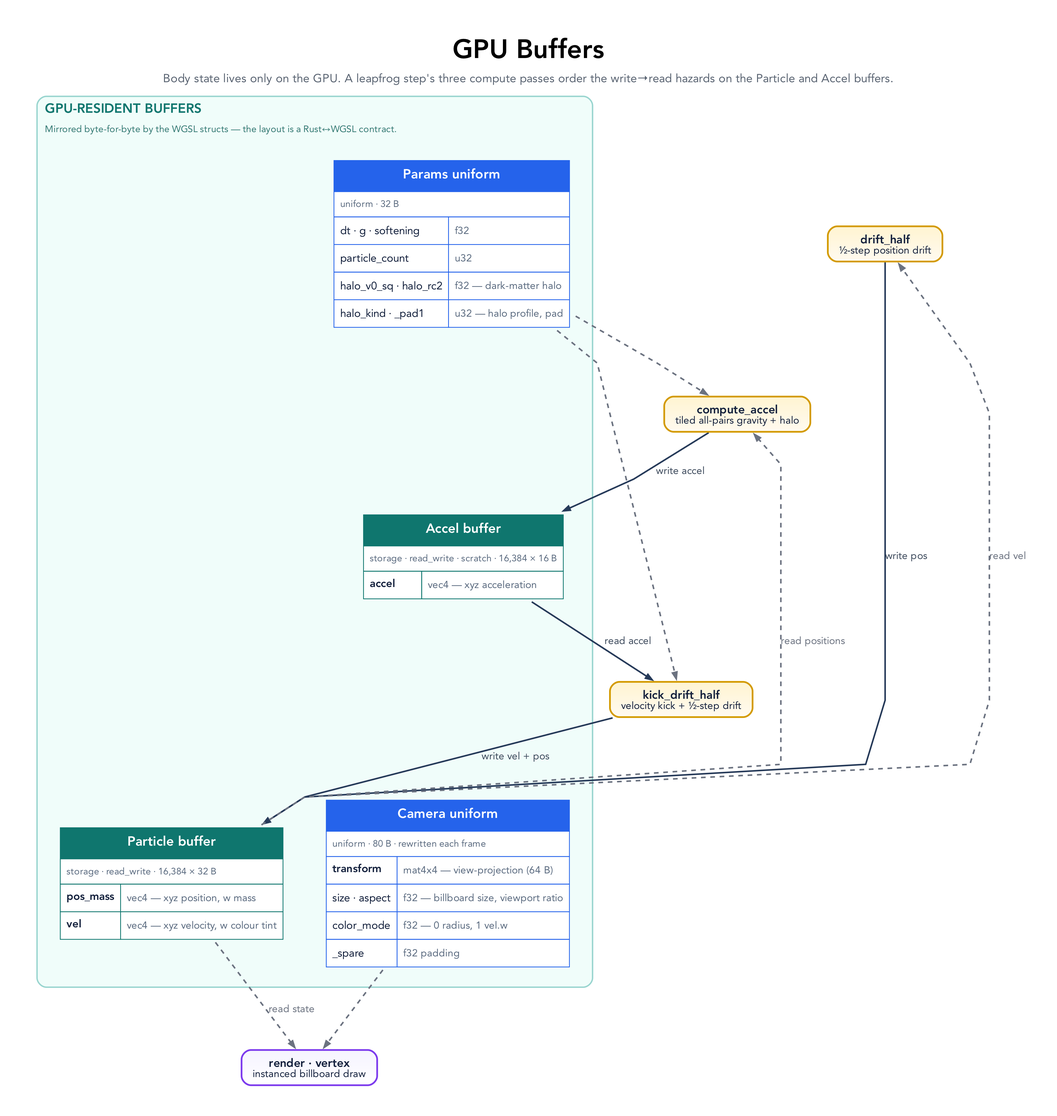
Before: docs/diagrams/gpu-buffers.png, a diagram exported from Graphviz (tre-systems/galacto). Its source is kept beside it as docs/diagrams/gpu-buffers.dot.
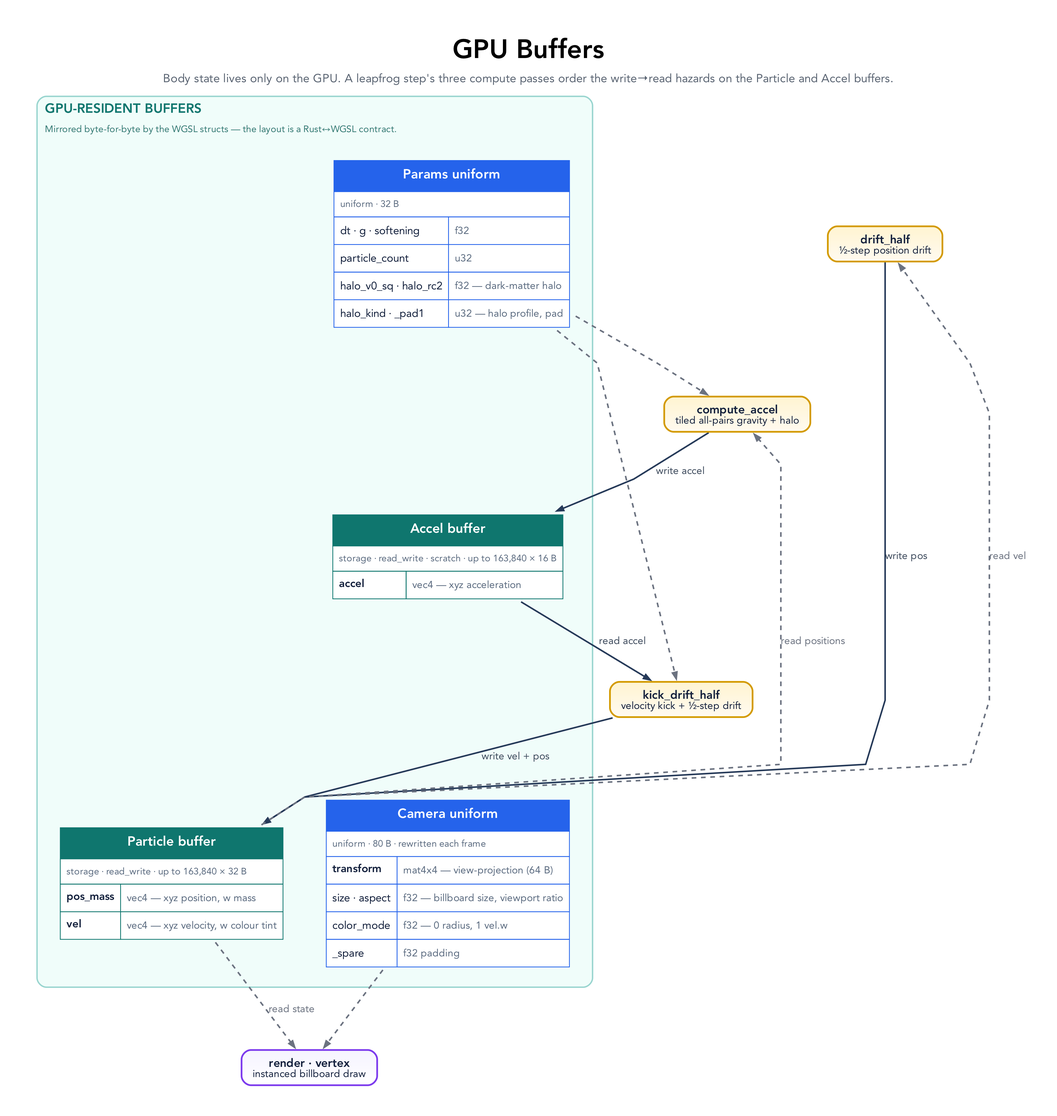
After the change.

Diff of the diagram source:
```diff
@@ -60,7 +60,7 @@
     particle [label=<
       <TABLE BORDER="0" CELLBORDER="1" CELLSPACING="0" CELLPADDING="7" BGCOLOR="#ffffff" COLOR="#0f766e">
         <TR><TD COLSPAN="2" BGCOLOR="#0f766e"><FONT COLOR="#ffffff" POINT-SIZE="17"><B>Particle buffer</B></FONT></TD></TR>
-        <TR><TD COLSPAN="2" ALIGN="LEFT"><FONT POINT-SIZE="12" COLOR="#5b6b80">storage · read_write · 16,384 × 32 B</FONT></TD></TR>
+        <TR><TD COLSPAN="2" ALIGN="LEFT"><FONT POINT-SIZE="12" COLOR="#5b6b80">storage · read_write · up to 163,840 × 32 B</FONT></TD></TR>
         <TR><TD ALIGN="LEFT"><FONT POINT-SIZE="14"><B>pos_mass</B></FONT></TD><TD ALIGN="LEFT"><FONT POINT-SIZE="13" COLOR="#5b6b80">vec4 — xyz position, w mass</FONT></TD></TR>
         <TR><TD ALIGN="LEFT"><FONT POINT-SIZE="14"><B>vel</B></FONT></TD><TD ALIGN="LEFT"><FONT POINT-SIZE="13" COLOR="#5b6b80">vec4 — xyz velocity, w colour tint</FONT></TD></TR>
       </TABLE>
@@ -69,7 +69,7 @@
     accel [label=<
       <TABLE BORDER="0" CELLBORDER="1" CELLSPACING="0" CELLPADDING="7" BGCOLOR="#ffffff" COLOR="#0f766e">
         <TR><TD COLSPAN="2" BGCOLOR="#0f766e"><FONT COLOR="#ffffff" POINT-SIZE="17"><B>Accel buffer</B></FONT></TD></TR>
-        <TR><TD COLSPAN="2" ALIGN="LEFT"><FONT POINT-SIZE="12" COLOR="#5b6b80">storage · read_write · scratch · 16,384 × 16 B</FONT></TD></TR>
+        <TR><TD COLSPAN="2" ALIGN="LEFT"><FONT POINT-SIZE="12" COLOR="#5b6b80">storage · read_write · scratch · up to 163,840 × 16 B</FONT></TD></TR>
         <TR><TD ALIGN="LEFT"><FONT POINT-SIZE="14"><B>accel</B></FONT></TD><TD ALIGN="LEFT"><FONT POINT-SIZE="13" COLOR="#5b6b80">vec4 — xyz acceleration</FONT></TD></TR>
       </TABLE>
     >];
```
